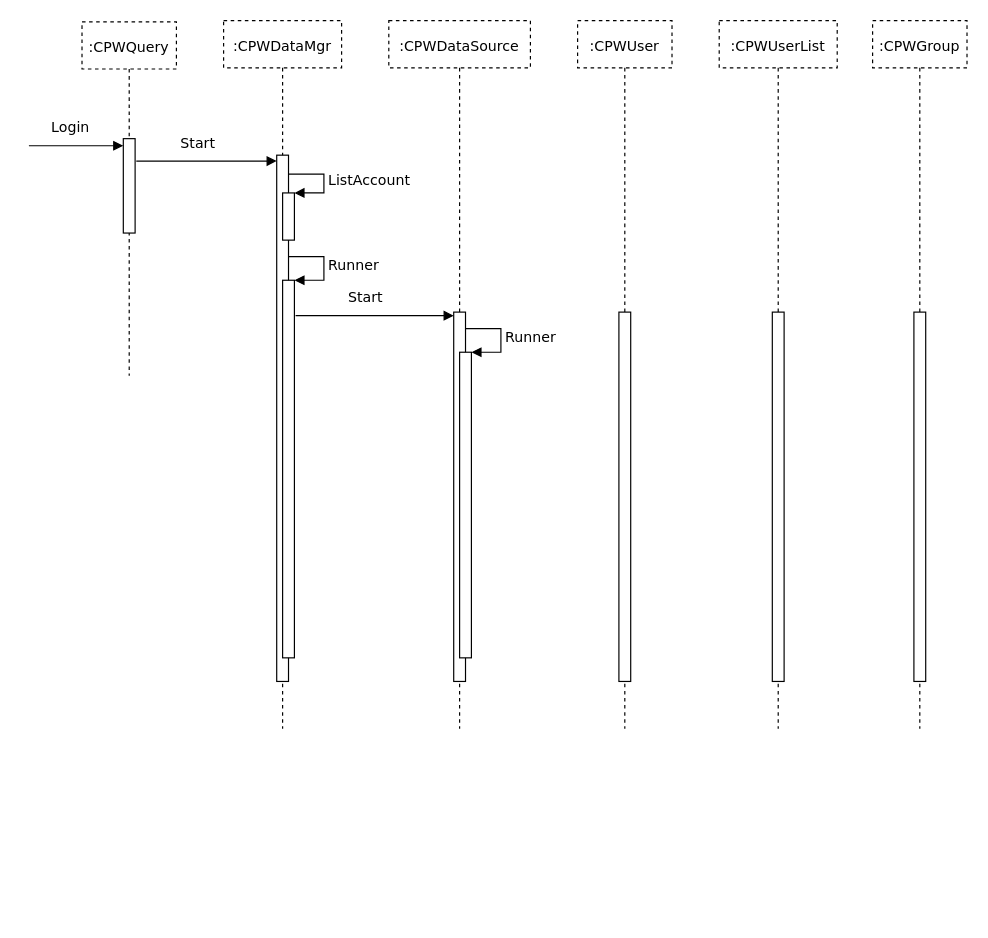
This is page "Page-2" (2 of 2) of dataprovider.drawio from linfenwen/draw_io, a draw.io file, before an edit. Source tidied: cells renumbered, new cells numbered last; positions are measured from the earlier drawing's top-left corner, leaving out a move shared by most shapes. Both pictures are drawn from the tidied source at 118%, with x=0, y=0 at pixel (28, 20).
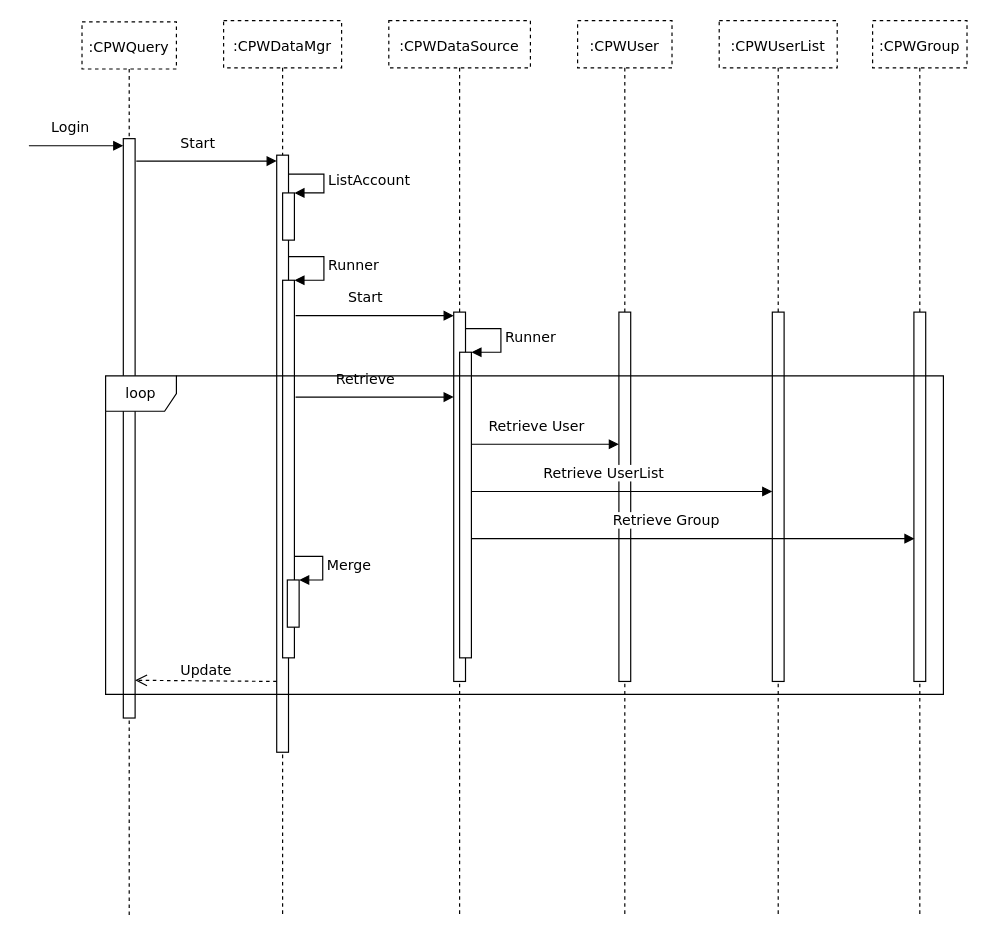
Above is the later version.

What changed in the source:
```diff
@@
     <mxCell id="2" value="&lt;font style=&quot;font-size: 12px&quot;&gt;:CPWQuery&lt;/font&gt;" style="shape=umlLifeline;perimeter=lifelinePerimeter;whiteSpace=wrap;html=1;dashed=1;fontFamily=Verdana;fontSize=16;fontColor=#000000;" parent="1" vertex="1">
-      <mxGeometry x="45" y="1" width="80" height="300" as="geometry" />
+      <mxGeometry x="45" y="1" width="80" height="759" as="geometry" />
     </mxCell>
     <mxCell id="3" style="html=1;perimeter=orthogonalPerimeter;fontFamily=Verdana;fontSize=12;fontColor=#000000;" parent="2" vertex="1">
-      <mxGeometry x="35" y="99" width="10" height="80" as="geometry" />
+      <mxGeometry x="35" y="99" width="10" height="491" as="geometry" />
     </mxCell>
@@
     <mxCell id="5" value="&lt;font style=&quot;font-size: 12px&quot;&gt;:CPWDataMgr&lt;/font&gt;" style="shape=umlLifeline;perimeter=lifelinePerimeter;whiteSpace=wrap;html=1;dashed=1;fontFamily=Verdana;fontSize=16;fontColor=#000000;" parent="1" vertex="1">
-      <mxGeometry x="165" width="100" height="600" as="geometry" />
+      <mxGeometry x="165" width="100" height="760" as="geometry" />
     </mxCell>
     <mxCell id="6" style="html=1;perimeter=orthogonalPerimeter;fontFamily=Verdana;fontSize=12;fontColor=#000000;" parent="5" vertex="1">
-      <mxGeometry x="45" y="114" width="10" height="446" as="geometry" />
+      <mxGeometry x="45" y="114" width="10" height="506" as="geometry" />
     </mxCell>
@@
     <mxCell id="9" value="&lt;font style=&quot;font-size: 12px&quot;&gt;&lt;font style=&quot;font-size: 12px&quot;&gt;:&lt;/font&gt;&lt;font style=&quot;font-size: 12px&quot;&gt;CPWDataSource&lt;/font&gt;&lt;/font&gt;" style="shape=umlLifeline;perimeter=lifelinePerimeter;whiteSpace=wrap;html=1;dashed=1;fontFamily=Verdana;fontSize=16;fontColor=#000000;" parent="1" vertex="1">
-      <mxGeometry x="305" width="120" height="600" as="geometry" />
+      <mxGeometry x="305" width="120" height="760" as="geometry" />
     </mxCell>
@@
     <mxCell id="11" value="&lt;font style=&quot;font-size: 12px&quot;&gt;&lt;font style=&quot;font-size: 12px&quot;&gt;:&lt;/font&gt;&lt;font style=&quot;font-size: 12px&quot;&gt;CPWUser&lt;/font&gt;&lt;/font&gt;" style="shape=umlLifeline;perimeter=lifelinePerimeter;whiteSpace=wrap;html=1;dashed=1;fontFamily=Verdana;fontSize=16;fontColor=#000000;" parent="1" vertex="1">
-      <mxGeometry x="465" width="80" height="600" as="geometry" />
+      <mxGeometry x="465" width="80" height="760" as="geometry" />
     </mxCell>
@@
     <mxCell id="13" value="&lt;font style=&quot;font-size: 12px&quot;&gt;&lt;font style=&quot;font-size: 12px&quot;&gt;:&lt;/font&gt;&lt;font style=&quot;font-size: 12px&quot;&gt;CPWUserList&lt;/font&gt;&lt;/font&gt;" style="shape=umlLifeline;perimeter=lifelinePerimeter;whiteSpace=wrap;html=1;dashed=1;fontFamily=Verdana;fontSize=16;fontColor=#000000;" parent="1" vertex="1">
-      <mxGeometry x="585" width="100" height="600" as="geometry" />
+      <mxGeometry x="585" width="100" height="760" as="geometry" />
     </mxCell>
@@
     <mxCell id="15" value="&lt;font style=&quot;font-size: 12px&quot;&gt;&lt;font style=&quot;font-size: 12px&quot;&gt;:&lt;/font&gt;&lt;font style=&quot;font-size: 12px&quot;&gt;CPWGroup&lt;/font&gt;&lt;/font&gt;" style="shape=umlLifeline;perimeter=lifelinePerimeter;whiteSpace=wrap;html=1;dashed=1;fontFamily=Verdana;fontSize=16;fontColor=#000000;" parent="1" vertex="1">
-      <mxGeometry x="715" width="80" height="600" as="geometry" />
+      <mxGeometry x="715" width="80" height="760" as="geometry" />
     </mxCell>
@@
+    <mxCell id="23" value="Retrieve User" style="html=1;verticalAlign=bottom;endArrow=block;rounded=0;fontFamily=Verdana;fontSize=12;fontColor=#000000;" parent="1" edge="1">
+      <mxGeometry x="-0.12" y="6" relative="1" as="geometry">
+        <mxPoint x="375" y="359" as="sourcePoint" />
+        <mxPoint x="500" y="359" as="targetPoint" />
+      </mxGeometry>
+    </mxCell>
+    <mxCell id="24" value="Retrieve UserList" style="html=1;verticalAlign=bottom;endArrow=block;rounded=0;fontFamily=Verdana;fontSize=12;fontColor=#000000;" parent="1" edge="1">
+      <mxGeometry x="-0.12" y="6" relative="1" as="geometry">
+        <mxPoint x="375" y="399" as="sourcePoint" />
+        <mxPoint x="630" y="399" as="targetPoint" />
+      </mxGeometry>
+    </mxCell>
+    <mxCell id="25" value="Retrieve Group" style="html=1;verticalAlign=bottom;endArrow=block;rounded=0;fontFamily=Verdana;fontSize=12;fontColor=#000000;" parent="1" edge="1">
+      <mxGeometry x="-0.12" y="6" relative="1" as="geometry">
+        <mxPoint x="375" y="439" as="sourcePoint" />
+        <mxPoint x="750.5" y="439" as="targetPoint" />
+      </mxGeometry>
+    </mxCell>
+    <mxCell id="26" value="Retrieve" style="html=1;verticalAlign=bottom;endArrow=block;rounded=0;fontFamily=Verdana;fontSize=12;fontColor=#000000;" parent="1" edge="1">
+      <mxGeometry x="-0.12" y="6" relative="1" as="geometry">
+        <mxPoint x="226" y="319" as="sourcePoint" />
+        <mxPoint x="360" y="319" as="targetPoint" />
+      </mxGeometry>
+    </mxCell>
+    <mxCell id="27" style="html=1;perimeter=orthogonalPerimeter;fontFamily=Verdana;fontSize=12;fontColor=#000000;" parent="1" vertex="1">
+      <mxGeometry x="219" y="474" width="10" height="40" as="geometry" />
+    </mxCell>
+    <mxCell id="28" value="Merge" style="edgeStyle=orthogonalEdgeStyle;html=1;align=left;spacingLeft=2;endArrow=block;rounded=0;fontFamily=Verdana;fontSize=12;fontColor=#000000;" parent="1" edge="1">
+      <mxGeometry relative="1" as="geometry">
+        <mxPoint x="225" y="454" as="sourcePoint" />
+        <mxPoint x="229" y="474" as="targetPoint" />
+        <Array as="points">
+          <mxPoint x="249" y="454" />
+          <mxPoint x="249" y="474" />
+        </Array>
+      </mxGeometry>
+    </mxCell>
+    <mxCell id="29" value="loop" style="shape=umlFrame;whiteSpace=wrap;html=1;fontFamily=Verdana;fontSize=12;fontColor=#000000;" parent="1" vertex="1">
+      <mxGeometry x="65" y="301" width="710" height="270" as="geometry" />
+    </mxCell>
+    <mxCell id="30" value="Update" style="html=1;verticalAlign=bottom;endArrow=open;dashed=1;endSize=8;rounded=0;fontFamily=Verdana;fontSize=12;fontColor=#000000;" parent="1" edge="1">
+      <mxGeometry relative="1" as="geometry">
+        <mxPoint x="210" y="560" as="sourcePoint" />
+        <mxPoint x="90" y="559" as="targetPoint" />
+      </mxGeometry>
+    </mxCell>
```
